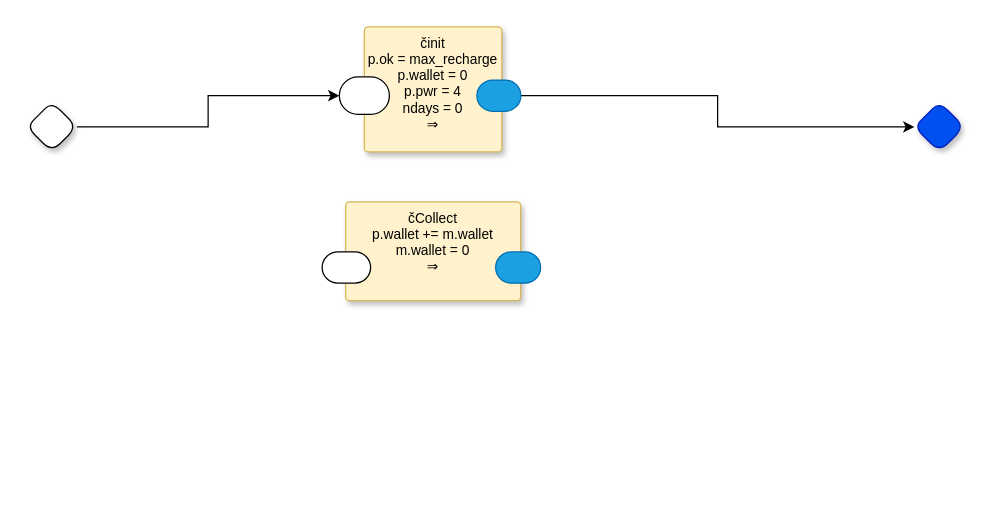
The draw.io diagram small-test.drawio in guitarvydas/gen0d, before the edit. Source tidied: cells renumbered, new cells numbered last; positions are measured from the earlier drawing's top-left corner, leaving out a move shared by most shapes. Both pictures are drawn from the tidied source at 125%, with x=0, y=0 at pixel (26, 26).
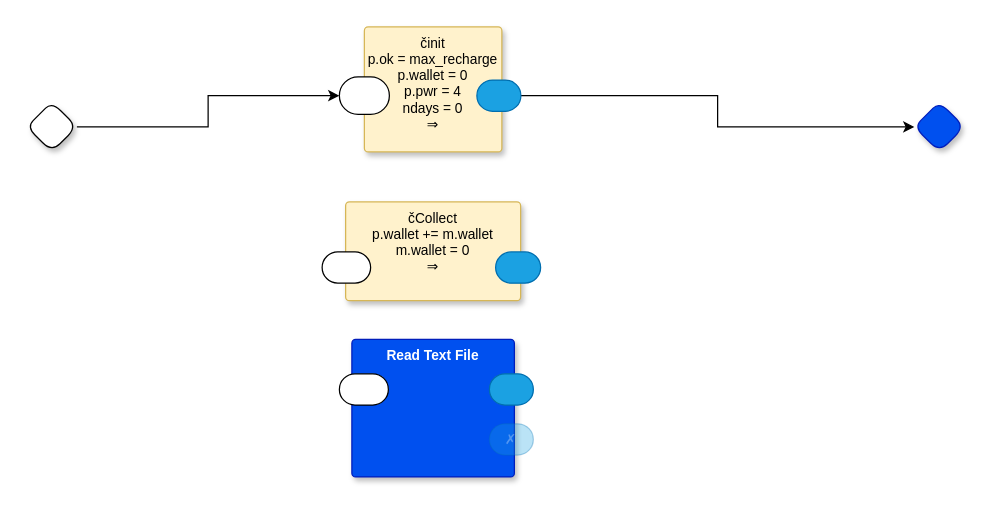
The same page after the edit.

What changed in the source:
```diff
@@
 <mxGraphModel>
   <root>
     <mxCell id="0" />
     <mxCell id="1" parent="0" />
     <mxCell id="2" style="rhombus;whiteSpace=wrap;html=1;rounded=1;fontStyle=1;glass=0;sketch=0;fontSize=12;points=[[0,0.5,0,0,0],[0.5,0,0,0,0],[0.5,1,0,0,0],[1,0.5,0,0,0]];shadow=1;fontFamily=Helvetica;fontColor=default;" parent="1" vertex="1">
       <mxGeometry y="60" width="40" height="40" as="geometry" />
     </mxCell>
     <mxCell id="3" style="edgeStyle=orthogonalEdgeStyle;rounded=0;jettySize=auto;html=1;entryX=0;entryY=0.5;entryDx=0;entryDy=0;entryPerimeter=0;" parent="1" edge="1" source="2" target="7">
       <mxGeometry relative="1" as="geometry" />
     </mxCell>
     <mxCell id="4" style="rhombus;whiteSpace=wrap;html=1;rounded=1;fontStyle=1;glass=0;sketch=0;fontSize=12;points=[[0,0.5,0,0,0],[0.5,0,0,0,0],[0.5,1,0,0,0],[1,0.5,0,0,0]];shadow=1;fillColor=#0050ef;fontColor=#ffffff;strokeColor=#001DBC;fontFamily=Helvetica;" parent="1" vertex="1">
       <mxGeometry x="710" y="60" width="40" height="40" as="geometry" />
     </mxCell>
     <mxCell id="5" style="edgeStyle=orthogonalEdgeStyle;rounded=0;jettySize=auto;html=1;entryX=0;entryY=0.5;entryDx=0;entryDy=0;entryPerimeter=0;exitX=1;exitY=0.5;exitDx=0;exitDy=0;exitPerimeter=0;" parent="1" edge="1" source="8" target="4">
       <mxGeometry relative="1" as="geometry" />
     </mxCell>
     <mxCell id="6" value="činit&#10;p.ok = max_recharge&#10;p.wallet = 0&#10;p.pwr = 4&#10;ndays = 0&#10;⇒" style="rounded=1;sketch=0;verticalAlign=top;arcSize=6;fontStyle=0;absoluteArcSize=1;shadow=1;strokeColor=#d6b656;fillColor=#fff2cc;fontFamily=Helvetica;fontSize=11;" parent="1" vertex="1">
       <mxGeometry x="270" width="110" height="100" as="geometry" />
     </mxCell>
     <mxCell id="7" style="rounded=1;whiteSpace=wrap;html=1;sketch=0;points=[[0,0.5,0,0,0],[1,0.5,0,0,0]];arcSize=50;fontFamily=Helvetica;fontSize=11;fontColor=default;" parent="6" vertex="1">
       <mxGeometry x="-20" y="40" width="40" height="30" as="geometry" />
     </mxCell>
     <mxCell id="8" style="rounded=1;whiteSpace=wrap;html=1;sketch=0;points=[[0,0.5,0,0,0],[1,0.5,0,0,0]];fillColor=#1ba1e2;fontColor=#ffffff;strokeColor=#006EAF;arcSize=50;fontFamily=Helvetica;fontSize=11;" parent="6" vertex="1">
       <mxGeometry x="90" y="42.5" width="35.2" height="25" as="geometry" />
     </mxCell>
     <mxCell id="9" value="čCollect&#10;p.wallet += m.wallet&#10;m.wallet = 0&#10;⇒" style="rounded=1;sketch=0;verticalAlign=top;arcSize=6;fontStyle=0;absoluteArcSize=1;shadow=1;strokeColor=#d6b656;fillColor=#fff2cc;fontFamily=Helvetica;fontSize=11;" parent="1" vertex="1">
       <mxGeometry x="255" y="140" width="140" height="79" as="geometry" />
     </mxCell>
     <mxCell id="10" style="rounded=1;whiteSpace=wrap;html=1;sketch=0;arcSize=50;fontFamily=Helvetica;fontSize=11;fontColor=default;" parent="9" vertex="1">
       <mxGeometry x="-18.8" y="40" width="38.8" height="25" as="geometry" />
     </mxCell>
     <mxCell id="11" style="rounded=1;whiteSpace=wrap;html=1;sketch=0;fillColor=#1ba1e2;fontColor=#ffffff;strokeColor=#006EAF;arcSize=50;fontFamily=Helvetica;fontSize=11;" parent="9" vertex="1">
       <mxGeometry x="120" y="40" width="36" height="25" as="geometry" />
     </mxCell>
+    <mxCell id="12" value="Read Text File" style="rounded=1;whiteSpace=wrap;html=1;sketch=0;verticalAlign=top;arcSize=6;fontStyle=1;absoluteArcSize=1;shadow=1;strokeColor=#001DBC;fillColor=#0050ef;fontColor=#ffffff;fontFamily=Helvetica;fontSize=11;" parent="1" vertex="1">
+      <mxGeometry x="260" y="250" width="130" height="110" as="geometry" />
+    </mxCell>
+    <mxCell id="13" style="rounded=1;whiteSpace=wrap;html=1;sketch=0;arcSize=50;fontFamily=Helvetica;fontSize=11;fontColor=default;" parent="12" vertex="1">
+      <mxGeometry x="-10" y="27.5" width="39.2" height="25" as="geometry" />
+    </mxCell>
+    <mxCell id="14" style="rounded=1;whiteSpace=wrap;html=1;sketch=0;fillColor=#1ba1e2;fontColor=#ffffff;strokeColor=#006EAF;arcSize=50;fontFamily=Helvetica;fontSize=11;" parent="12" vertex="1">
+      <mxGeometry x="110" y="27.5" width="35.2" height="25" as="geometry" />
+    </mxCell>
+    <mxCell id="15" value="✗" style="rounded=1;whiteSpace=wrap;html=1;sketch=0;fillColor=#1ba1e2;fontColor=#ffffff;strokeColor=#006EAF;arcSize=50;fontFamily=Helvetica;fontSize=11;textOpacity=30;opacity=30;" parent="12" vertex="1">
+      <mxGeometry x="110" y="67.5" width="35.2" height="25" as="geometry" />
+    </mxCell>
   </root>
 </mxGraphModel>
```
